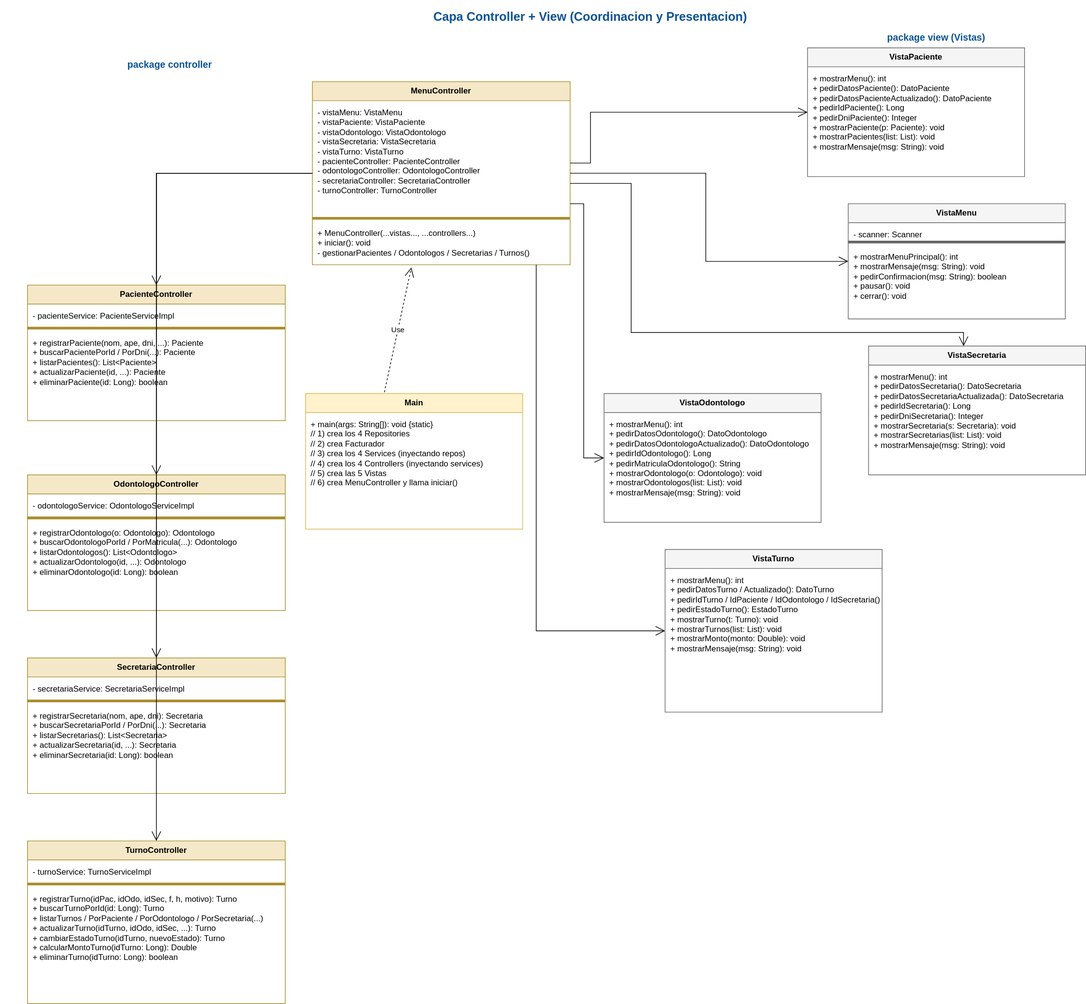
Before: uml_Controller_View.drawio.svg, a diagram exported from draw.io (bautista00/Proyecto_ClinicaOdontologica). Source tidied: cells renumbered, new cells last; positions are measured from the earlier drawing's top-left corner, leaving out a move shared by most shapes.
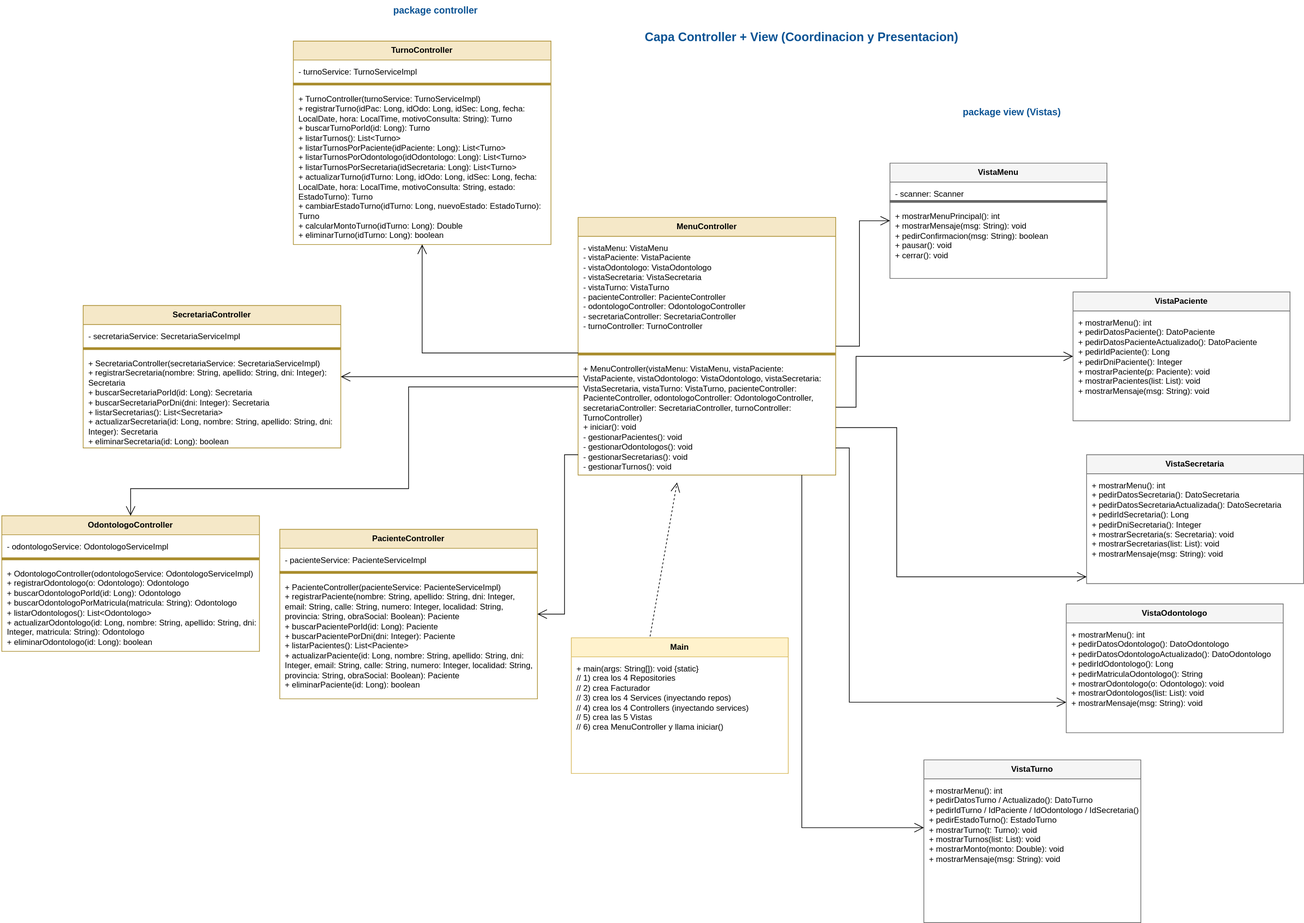
Later version of the same file.

What changed in the source:
```diff
@@ -3,13 +3,13 @@
     <mxCell id="0" />
     <mxCell id="1" parent="0" />
     <mxCell id="2" value="Capa Controller + View (Coordinacion y Presentacion)" style="text;html=1;strokeColor=none;fillColor=none;align=center;verticalAlign=middle;whiteSpace=wrap;rounded=0;fontSize=18;fontStyle=1;fontColor=#0B5394;" parent="1" vertex="1">
-      <mxGeometry x="420" width="900" height="50" as="geometry" />
+      <mxGeometry x="430" y="-330" width="720" height="50" as="geometry" />
     </mxCell>
     <mxCell id="3" value="&lt;b&gt;package controller&lt;/b&gt;" style="text;html=1;strokeColor=none;fillColor=none;align=center;verticalAlign=middle;whiteSpace=wrap;rounded=0;fontSize=14;fontColor=#0B5394;" parent="1" vertex="1">
-      <mxGeometry y="80" width="500" height="30" as="geometry" />
+      <mxGeometry y="-360" width="500" height="30" as="geometry" />
     </mxCell>
     <mxCell id="4" value="MenuController" style="swimlane;fontStyle=1;align=center;verticalAlign=top;horizontal=1;startSize=28;horizontalStackLayout=0;fillColor=#f5e8c8;strokeColor=#a98c2c;" parent="1" vertex="1">
-      <mxGeometry x="460" y="120" width="380" height="270" as="geometry" />
+      <mxGeometry x="460" y="-40" width="380" height="380" as="geometry" />
     </mxCell>
     <mxCell id="5" value="- vistaMenu: VistaMenu&#10;- vistaPaciente: VistaPaciente&#10;- vistaOdontologo: VistaOdontologo&#10;- vistaSecretaria: VistaSecretaria&#10;- vistaTurno: VistaTurno&#10;- pacienteController: PacienteController&#10;- odontologoController: OdontologoController&#10;- secretariaController: SecretariaController&#10;- turnoController: TurnoController" style="text;strokeColor=none;fillColor=none;align=left;verticalAlign=top;spacingLeft=6;spacingTop=4;whiteSpace=wrap;" parent="4" vertex="1">
       <mxGeometry y="28" width="380" height="170" as="geometry" />
@@ -17,11 +17,11 @@
     <mxCell id="6" style="line;strokeColor=#a98c2c;" parent="4" vertex="1">
       <mxGeometry y="198" width="380" height="8" as="geometry" />
     </mxCell>
-    <mxCell id="7" value="+ MenuController(...vistas..., ...controllers...)&#10;+ iniciar(): void&#10;- gestionarPacientes / Odontologos / Secretarias / Turnos()" style="text;strokeColor=none;fillColor=none;align=left;verticalAlign=top;spacingLeft=6;spacingTop=4;whiteSpace=wrap;" parent="4" vertex="1">
-      <mxGeometry y="206" width="380" height="64" as="geometry" />
+    <mxCell id="7" value="+ MenuController(vistaMenu: VistaMenu, vistaPaciente: VistaPaciente, vistaOdontologo: VistaOdontologo, vistaSecretaria: VistaSecretaria, vistaTurno: VistaTurno, pacienteController: PacienteController, odontologoController: OdontologoController, secretariaController: SecretariaController, turnoController: TurnoController)&#10;+ iniciar(): void&#10;- gestionarPacientes(): void&#10;- gestionarOdontologos(): void&#10;- gestionarSecretarias(): void&#10;- gestionarTurnos(): void" style="text;strokeColor=none;fillColor=none;align=left;verticalAlign=top;spacingLeft=6;spacingTop=4;whiteSpace=wrap;" parent="4" vertex="1">
+      <mxGeometry y="206" width="380" height="174" as="geometry" />
     </mxCell>
     <mxCell id="8" value="PacienteController" style="swimlane;fontStyle=1;align=center;verticalAlign=top;horizontal=1;startSize=28;horizontalStackLayout=0;fillColor=#f5e8c8;strokeColor=#a98c2c;" parent="1" vertex="1">
-      <mxGeometry x="40" y="420" width="380" height="200" as="geometry" />
+      <mxGeometry x="20" y="420" width="380" height="250" as="geometry" />
     </mxCell>
     <mxCell id="9" value="- pacienteService: PacienteServiceImpl" style="text;strokeColor=none;fillColor=none;align=left;verticalAlign=top;spacingLeft=6;spacingTop=4;whiteSpace=wrap;" parent="8" vertex="1">
       <mxGeometry y="28" width="380" height="32" as="geometry" />
@@ -29,11 +29,11 @@
     <mxCell id="10" style="line;strokeColor=#a98c2c;" parent="8" vertex="1">
       <mxGeometry y="60" width="380" height="8" as="geometry" />
     </mxCell>
-    <mxCell id="11" value="+ registrarPaciente(nom, ape, dni, ...): Paciente&#10;+ buscarPacientePorId / PorDni(...): Paciente&#10;+ listarPacientes(): List&lt;Paciente&gt;&#10;+ actualizarPaciente(id, ...): Paciente&#10;+ eliminarPaciente(id: Long): boolean" style="text;strokeColor=none;fillColor=none;align=left;verticalAlign=top;spacingLeft=6;spacingTop=4;whiteSpace=wrap;" parent="8" vertex="1">
-      <mxGeometry y="68" width="380" height="132" as="geometry" />
+    <mxCell id="11" value="+ PacienteController(pacienteService: PacienteServiceImpl)&#10;+ registrarPaciente(nombre: String, apellido: String, dni: Integer, email: String, calle: String, numero: Integer, localidad: String, provincia: String, obraSocial: Boolean): Paciente&#10;+ buscarPacientePorId(id: Long): Paciente&#10;+ buscarPacientePorDni(dni: Integer): Paciente&#10;+ listarPacientes(): List&lt;Paciente&gt;&#10;+ actualizarPaciente(id: Long, nombre: String, apellido: String, dni: Integer, email: String, calle: String, numero: Integer, localidad: String, provincia: String, obraSocial: Boolean): Paciente&#10;+ eliminarPaciente(id: Long): boolean" style="text;strokeColor=none;fillColor=none;align=left;verticalAlign=top;spacingLeft=6;spacingTop=4;whiteSpace=wrap;" parent="8" vertex="1">
+      <mxGeometry y="68" width="380" height="182" as="geometry" />
     </mxCell>
     <mxCell id="12" value="OdontologoController" style="swimlane;fontStyle=1;align=center;verticalAlign=top;horizontal=1;startSize=28;horizontalStackLayout=0;fillColor=#f5e8c8;strokeColor=#a98c2c;" parent="1" vertex="1">
-      <mxGeometry x="40" y="700" width="380" height="200" as="geometry" />
+      <mxGeometry x="-390" y="400" width="380" height="200" as="geometry" />
     </mxCell>
     <mxCell id="13" value="- odontologoService: OdontologoServiceImpl" style="text;strokeColor=none;fillColor=none;align=left;verticalAlign=top;spacingLeft=6;spacingTop=4;whiteSpace=wrap;" parent="12" vertex="1">
       <mxGeometry y="28" width="380" height="32" as="geometry" />
@@ -41,11 +41,11 @@
     <mxCell id="14" style="line;strokeColor=#a98c2c;" parent="12" vertex="1">
       <mxGeometry y="60" width="380" height="8" as="geometry" />
     </mxCell>
-    <mxCell id="15" value="+ registrarOdontologo(o: Odontologo): Odontologo&#10;+ buscarOdontologoPorId / PorMatricula(...): Odontologo&#10;+ listarOdontologos(): List&lt;Odontologo&gt;&#10;+ actualizarOdontologo(id, ...): Odontologo&#10;+ eliminarOdontologo(id: Long): boolean" style="text;strokeColor=none;fillColor=none;align=left;verticalAlign=top;spacingLeft=6;spacingTop=4;whiteSpace=wrap;" parent="12" vertex="1">
+    <mxCell id="15" value="+ OdontologoController(odontologoService: OdontologoServiceImpl)&#10;+ registrarOdontologo(o: Odontologo): Odontologo&#10;+ buscarOdontologoPorId(id: Long): Odontologo&#10;+ buscarOdontologoPorMatricula(matricula: String): Odontologo&#10;+ listarOdontologos(): List&lt;Odontologo&gt;&#10;+ actualizarOdontologo(id: Long, nombre: String, apellido: String, dni: Integer, matricula: String): Odontologo&#10;+ eliminarOdontologo(id: Long): boolean" style="text;strokeColor=none;fillColor=none;align=left;verticalAlign=top;spacingLeft=6;spacingTop=4;whiteSpace=wrap;" parent="12" vertex="1">
       <mxGeometry y="68" width="380" height="132" as="geometry" />
     </mxCell>
     <mxCell id="16" value="SecretariaController" style="swimlane;fontStyle=1;align=center;verticalAlign=top;horizontal=1;startSize=28;horizontalStackLayout=0;fillColor=#f5e8c8;strokeColor=#a98c2c;" parent="1" vertex="1">
-      <mxGeometry x="40" y="970" width="380" height="200" as="geometry" />
+      <mxGeometry x="-270" y="90" width="380" height="210" as="geometry" />
     </mxCell>
     <mxCell id="17" value="- secretariaService: SecretariaServiceImpl" style="text;strokeColor=none;fillColor=none;align=left;verticalAlign=top;spacingLeft=6;spacingTop=4;whiteSpace=wrap;" parent="16" vertex="1">
       <mxGeometry y="28" width="380" height="32" as="geometry" />
@@ -53,11 +53,11 @@
     <mxCell id="18" style="line;strokeColor=#a98c2c;" parent="16" vertex="1">
       <mxGeometry y="60" width="380" height="8" as="geometry" />
     </mxCell>
-    <mxCell id="19" value="+ registrarSecretaria(nom, ape, dni): Secretaria&#10;+ buscarSecretariaPorId / PorDni(...): Secretaria&#10;+ listarSecretarias(): List&lt;Secretaria&gt;&#10;+ actualizarSecretaria(id, ...): Secretaria&#10;+ eliminarSecretaria(id: Long): boolean" style="text;strokeColor=none;fillColor=none;align=left;verticalAlign=top;spacingLeft=6;spacingTop=4;whiteSpace=wrap;" parent="16" vertex="1">
-      <mxGeometry y="68" width="380" height="132" as="geometry" />
+    <mxCell id="19" value="+ SecretariaController(secretariaService: SecretariaServiceImpl)&#10;+ registrarSecretaria(nombre: String, apellido: String, dni: Integer): Secretaria&#10;+ buscarSecretariaPorId(id: Long): Secretaria&#10;+ buscarSecretariaPorDni(dni: Integer): Secretaria&#10;+ listarSecretarias(): List&lt;Secretaria&gt;&#10;+ actualizarSecretaria(id: Long, nombre: String, apellido: String, dni: Integer): Secretaria&#10;+ eliminarSecretaria(id: Long): boolean" style="text;strokeColor=none;fillColor=none;align=left;verticalAlign=top;spacingLeft=6;spacingTop=4;whiteSpace=wrap;" parent="16" vertex="1">
+      <mxGeometry y="68" width="380" height="142" as="geometry" />
     </mxCell>
     <mxCell id="20" value="TurnoController" style="swimlane;fontStyle=1;align=center;verticalAlign=top;horizontal=1;startSize=28;horizontalStackLayout=0;fillColor=#f5e8c8;strokeColor=#a98c2c;" parent="1" vertex="1">
-      <mxGeometry x="40" y="1240" width="380" height="240" as="geometry" />
+      <mxGeometry x="40" y="-300" width="380" height="300" as="geometry" />
     </mxCell>
     <mxCell id="21" value="- turnoService: TurnoServiceImpl" style="text;strokeColor=none;fillColor=none;align=left;verticalAlign=top;spacingLeft=6;spacingTop=4;whiteSpace=wrap;" parent="20" vertex="1">
       <mxGeometry y="28" width="380" height="32" as="geometry" />
@@ -65,14 +65,14 @@
     <mxCell id="22" style="line;strokeColor=#a98c2c;" parent="20" vertex="1">
       <mxGeometry y="60" width="380" height="8" as="geometry" />
     </mxCell>
-    <mxCell id="23" value="+ registrarTurno(idPac, idOdo, idSec, f, h, motivo): Turno&#10;+ buscarTurnoPorId(id: Long): Turno&#10;+ listarTurnos / PorPaciente / PorOdontologo / PorSecretaria(...)&#10;+ actualizarTurno(idTurno, idOdo, idSec, ...): Turno&#10;+ cambiarEstadoTurno(idTurno, nuevoEstado): Turno&#10;+ calcularMontoTurno(idTurno: Long): Double&#10;+ eliminarTurno(idTurno: Long): boolean" style="text;strokeColor=none;fillColor=none;align=left;verticalAlign=top;spacingLeft=6;spacingTop=4;whiteSpace=wrap;" parent="20" vertex="1">
-      <mxGeometry y="68" width="380" height="172" as="geometry" />
+    <mxCell id="23" value="+ TurnoController(turnoService: TurnoServiceImpl)&#10;+ registrarTurno(idPac: Long, idOdo: Long, idSec: Long, fecha: LocalDate, hora: LocalTime, motivoConsulta: String): Turno&#10;+ buscarTurnoPorId(id: Long): Turno&#10;+ listarTurnos(): List&lt;Turno&gt;&#10;+ listarTurnosPorPaciente(idPaciente: Long): List&lt;Turno&gt;&#10;+ listarTurnosPorOdontologo(idOdontologo: Long): List&lt;Turno&gt;&#10;+ listarTurnosPorSecretaria(idSecretaria: Long): List&lt;Turno&gt;&#10;+ actualizarTurno(idTurno: Long, idOdo: Long, idSec: Long, fecha: LocalDate, hora: LocalTime, motivoConsulta: String, estado: EstadoTurno): Turno&#10;+ cambiarEstadoTurno(idTurno: Long, nuevoEstado: EstadoTurno): Turno&#10;+ calcularMontoTurno(idTurno: Long): Double&#10;+ eliminarTurno(idTurno: Long): boolean" style="text;strokeColor=none;fillColor=none;align=left;verticalAlign=top;spacingLeft=6;spacingTop=4;whiteSpace=wrap;" parent="20" vertex="1">
+      <mxGeometry y="68" width="380" height="232" as="geometry" />
     </mxCell>
     <mxCell id="24" value="&lt;b&gt;package view (Vistas)&lt;/b&gt;" style="text;html=1;strokeColor=none;fillColor=none;align=center;verticalAlign=middle;whiteSpace=wrap;rounded=0;fontSize=14;fontColor=#0B5394;" parent="1" vertex="1">
-      <mxGeometry x="1180" y="40" width="400" height="30" as="geometry" />
+      <mxGeometry x="900" y="-210" width="400" height="30" as="geometry" />
     </mxCell>
     <mxCell id="25" value="VistaMenu" style="swimlane;fontStyle=1;align=center;verticalAlign=top;horizontal=1;startSize=28;horizontalStackLayout=0;fillColor=#f5f5f5;strokeColor=#666666;" parent="1" vertex="1">
-      <mxGeometry x="1250" y="300" width="320" height="170" as="geometry" />
+      <mxGeometry x="920" y="-120" width="320" height="170" as="geometry" />
     </mxCell>
     <mxCell id="26" value="- scanner: Scanner" style="text;strokeColor=none;fillColor=none;align=left;verticalAlign=top;spacingLeft=6;spacingTop=4;whiteSpace=wrap;" parent="25" vertex="1">
       <mxGeometry y="28" width="320" height="25" as="geometry" />
@@ -90,19 +90,19 @@
       <mxGeometry y="28" width="320" height="162" as="geometry" />
     </mxCell>
     <mxCell id="31" value="VistaOdontologo" style="swimlane;fontStyle=1;align=center;verticalAlign=top;horizontal=1;startSize=28;horizontalStackLayout=0;fillColor=#f5f5f5;strokeColor=#666666;" parent="1" vertex="1">
-      <mxGeometry x="890" y="580" width="320" height="190" as="geometry" />
+      <mxGeometry x="1180" y="530" width="320" height="190" as="geometry" />
     </mxCell>
     <mxCell id="32" value="+ mostrarMenu(): int&#10;+ pedirDatosOdontologo(): DatoOdontologo&#10;+ pedirDatosOdontologoActualizado(): DatoOdontologo&#10;+ pedirIdOdontologo(): Long&#10;+ pedirMatriculaOdontologo(): String&#10;+ mostrarOdontologo(o: Odontologo): void&#10;+ mostrarOdontologos(list: List): void&#10;+ mostrarMensaje(msg: String): void" style="text;strokeColor=none;fillColor=none;align=left;verticalAlign=top;spacingLeft=6;spacingTop=4;whiteSpace=wrap;" parent="31" vertex="1">
       <mxGeometry y="28" width="320" height="162" as="geometry" />
     </mxCell>
     <mxCell id="33" value="VistaSecretaria" style="swimlane;fontStyle=1;align=center;verticalAlign=top;horizontal=1;startSize=28;horizontalStackLayout=0;fillColor=#f5f5f5;strokeColor=#666666;" parent="1" vertex="1">
-      <mxGeometry x="1280" y="510" width="320" height="190" as="geometry" />
+      <mxGeometry x="1210" y="310" width="320" height="190" as="geometry" />
     </mxCell>
     <mxCell id="34" value="+ mostrarMenu(): int&#10;+ pedirDatosSecretaria(): DatoSecretaria&#10;+ pedirDatosSecretariaActualizada(): DatoSecretaria&#10;+ pedirIdSecretaria(): Long&#10;+ pedirDniSecretaria(): Integer&#10;+ mostrarSecretaria(s: Secretaria): void&#10;+ mostrarSecretarias(list: List): void&#10;+ mostrarMensaje(msg: String): void" style="text;strokeColor=none;fillColor=none;align=left;verticalAlign=top;spacingLeft=6;spacingTop=4;whiteSpace=wrap;" parent="33" vertex="1">
       <mxGeometry y="28" width="320" height="162" as="geometry" />
     </mxCell>
     <mxCell id="35" value="VistaTurno" style="swimlane;fontStyle=1;align=center;verticalAlign=top;horizontal=1;startSize=28;horizontalStackLayout=0;fillColor=#f5f5f5;strokeColor=#666666;" parent="1" vertex="1">
-      <mxGeometry x="980" y="810" width="320" height="240" as="geometry" />
+      <mxGeometry x="970" y="760" width="320" height="240" as="geometry" />
     </mxCell>
     <mxCell id="36" value="+ mostrarMenu(): int&#10;+ pedirDatosTurno / Actualizado(): DatoTurno&#10;+ pedirIdTurno / IdPaciente / IdOdontologo / IdSecretaria()&#10;+ pedirEstadoTurno(): EstadoTurno&#10;+ mostrarTurno(t: Turno): void&#10;+ mostrarTurnos(list: List): void&#10;+ mostrarMonto(monto: Double): void&#10;+ mostrarMensaje(msg: String): void" style="text;strokeColor=none;fillColor=none;align=left;verticalAlign=top;spacingLeft=6;spacingTop=4;whiteSpace=wrap;" parent="35" vertex="1">
       <mxGeometry y="28" width="320" height="212" as="geometry" />
@@ -144,23 +144,45 @@
     <mxCell id="43" style="edgeStyle=orthogonalEdgeStyle;rounded=0;jettySize=auto;html=1;endArrow=open;endFill=0;endSize=12;strokeColor=#000000;" parent="1" edge="1" source="4" target="35">
       <mxGeometry relative="1" as="geometry">
         <Array as="points">
-          <mxPoint x="790" y="930" />
+          <mxPoint x="790" y="860" />
         </Array>
       </mxGeometry>
     </mxCell>
     <mxCell id="44" style="edgeStyle=orthogonalEdgeStyle;rounded=0;jettySize=auto;html=1;endArrow=open;endFill=0;endSize=12;strokeColor=#000000;" parent="1" edge="1" source="4" target="8">
-      <mxGeometry relative="1" as="geometry" />
+      <mxGeometry relative="1" as="geometry">
+        <Array as="points">
+          <mxPoint x="440" y="310" />
+          <mxPoint x="440" y="545" />
+        </Array>
+      </mxGeometry>
     </mxCell>
     <mxCell id="45" style="edgeStyle=orthogonalEdgeStyle;rounded=0;jettySize=auto;html=1;endArrow=open;endFill=0;endSize=12;strokeColor=#000000;" parent="1" edge="1" source="4" target="12">
-      <mxGeometry relative="1" as="geometry" />
+      <mxGeometry relative="1" as="geometry">
+        <Array as="points">
+          <mxPoint x="210" y="210" />
+          <mxPoint x="210" y="360" />
+          <mxPoint x="-200" y="360" />
+        </Array>
+      </mxGeometry>
     </mxCell>
     <mxCell id="46" style="edgeStyle=orthogonalEdgeStyle;rounded=0;jettySize=auto;html=1;endArrow=open;endFill=0;endSize=12;strokeColor=#000000;" parent="1" edge="1" source="4" target="16">
-      <mxGeometry relative="1" as="geometry" />
+      <mxGeometry relative="1" as="geometry">
+        <Array as="points">
+          <mxPoint x="350" y="195" />
+          <mxPoint x="350" y="195" />
+        </Array>
+      </mxGeometry>
     </mxCell>
-    <mxCell id="47" style="edgeStyle=orthogonalEdgeStyle;rounded=0;jettySize=auto;html=1;endArrow=open;endFill=0;endSize=12;strokeColor=#000000;" parent="1" edge="1" source="4" target="20">
-      <mxGeometry relative="1" as="geometry" />
+    <mxCell id="47" style="edgeStyle=orthogonalEdgeStyle;rounded=0;orthogonalLoop=1;jettySize=auto;html=1;endArrow=open;endFill=0;endSize=12;strokeColor=#000000;" parent="1" edge="1">
+      <mxGeometry relative="1" as="geometry">
+        <mxPoint x="460" y="160" as="sourcePoint" />
+        <mxPoint x="230" as="targetPoint" />
+        <Array as="points">
+          <mxPoint x="230" y="160" />
+        </Array>
+      </mxGeometry>
     </mxCell>
-    <mxCell id="48" value="Use" style="endArrow=open;endSize=12;dashed=1;html=1;rounded=0;exitX=0.363;exitY=-0.01;exitDx=0;exitDy=0;exitPerimeter=0;entryX=0.384;entryY=1.063;entryDx=0;entryDy=0;entryPerimeter=0;" parent="1" edge="1" source="37" target="7">
+    <mxCell id="48" style="endArrow=open;endSize=12;dashed=1;html=1;rounded=0;exitX=0.363;exitY=-0.01;exitDx=0;exitDy=0;exitPerimeter=0;entryX=0.384;entryY=1.063;entryDx=0;entryDy=0;entryPerimeter=0;" parent="1" edge="1" source="37" target="7">
       <mxGeometry relative="1" as="geometry" />
     </mxCell>
   </root>
```
